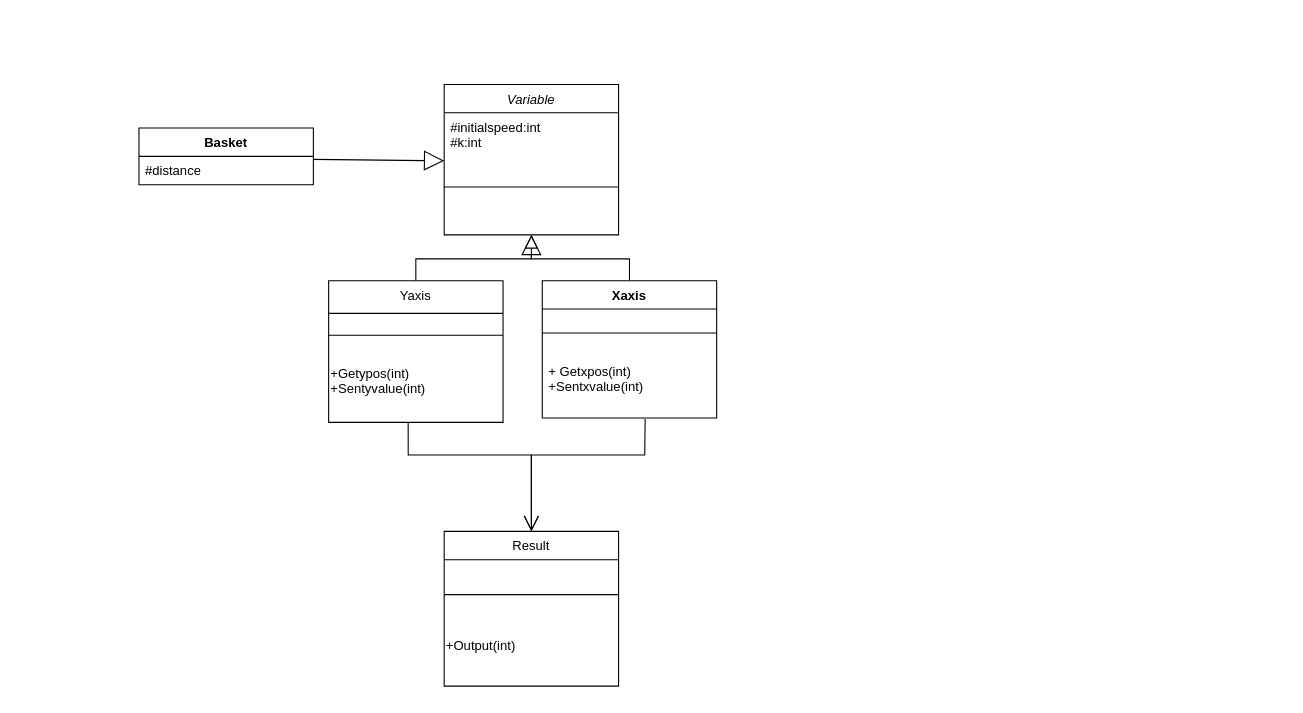
The draw.io diagram Back-end design.drawio in kimvongola/Studio_FRA163, before the edit. Source tidied: cells renumbered, new cells numbered last; positions are measured from the earlier drawing's top-left corner, leaving out a move shared by most shapes. Both pictures are drawn from the tidied source at 109%, with x=0, y=0 at pixel (138, 84).
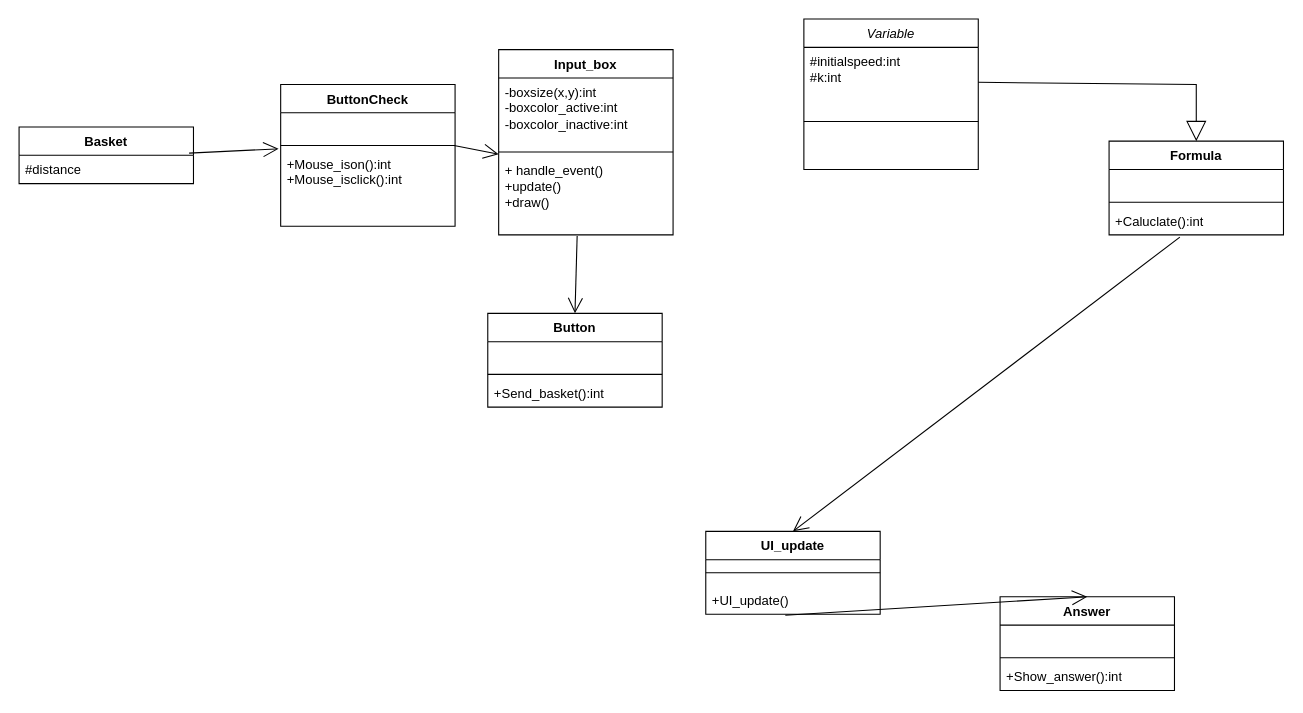
After the change.

The change refers to these unchanged cells:
```xml
<mxCell id="3" value="#initialspeed:int&#10;#k:int&#10;" style="text;align=left;verticalAlign=top;spacingLeft=4;spacingRight=4;overflow=hidden;points=[[0,0.5],[1,0.5]];portConstraint=eastwest;" parent="2" vertex="1">
  <mxGeometry y="26" width="160" height="64" as="geometry" />
</mxCell>
<mxCell id="15" value="#distance" style="text;strokeColor=none;fillColor=none;align=left;verticalAlign=top;spacingLeft=4;spacingRight=4;overflow=hidden;points=[[0,0.5],[1,0.5]];portConstraint=eastwest;whiteSpace=wrap;html=1;" parent="14" vertex="1">
  <mxGeometry y="26" width="160" height="26" as="geometry" />
</mxCell>
```

What changed in the source:
```diff
@@
     <mxCell id="2" value="Variable" style="swimlane;fontStyle=2;align=center;verticalAlign=top;horizontal=1;startSize=26;rounded=0;shadow=0;strokeWidth=1;" parent="1" vertex="1">
-      <mxGeometry x="280" width="160" height="138" as="geometry" />
+      <mxGeometry x="610" y="-60" width="160" height="138" as="geometry" />
     </mxCell>
@@
-    <mxCell id="4" style="endArrow=block;endSize=16;endFill=0;html=1;rounded=0;entryX=0;entryY=0.688;entryDx=0;entryDy=0;entryPerimeter=0;" parent="2" edge="1" target="3">
-      <mxGeometry x="-0.16" y="-11" relative="1" as="geometry">
-        <mxPoint x="-120" y="68.7" as="sourcePoint" />
-      </mxGeometry>
-    </mxCell>
@@
-    <mxCell id="7" value="Yaxis" style="swimlane;fontStyle=0;align=center;verticalAlign=top;horizontal=1;startSize=30;rounded=0;shadow=0;strokeWidth=1;" parent="1" vertex="1">
-      <mxGeometry x="174" y="180" width="160" height="130" as="geometry" />
-    </mxCell>
-    <mxCell id="8" style="line;html=1;strokeWidth=1;align=left;verticalAlign=middle;spacingTop=-1;spacingLeft=3;spacingRight=3;labelPosition=right;" parent="7" vertex="1">
-      <mxGeometry y="30" width="160" height="40" as="geometry" />
-    </mxCell>
-    <mxCell id="9" value="+Getypos(int)&lt;br&gt;+Sentyvalue(int)&lt;div style=&quot;border-color: var(--border-color); padding: 0px; margin: 0px;&quot;&gt;&lt;br style=&quot;border-color: var(--border-color); padding: 0px; margin: 0px;&quot;&gt;&lt;/div&gt;" style="text;html=1;align=left;verticalAlign=middle;points=[];strokeColor=none;fillColor=none;" parent="7" vertex="1">
-      <mxGeometry y="70" width="160" height="60" as="geometry" />
-    </mxCell>
-    <mxCell id="10" style="endArrow=block;endSize=10;endFill=0;shadow=0;strokeWidth=1;rounded=0;edgeStyle=elbowEdgeStyle;elbow=vertical;" parent="1" edge="1" source="7" target="2">
-      <mxGeometry relative="1" as="geometry">
-        <Array as="points">
-          <mxPoint x="360" y="160" />
-        </Array>
-      </mxGeometry>
-    </mxCell>
-    <mxCell id="11" value="Result" style="swimlane;fontStyle=0;align=center;verticalAlign=top;horizontal=1;startSize=26;rounded=0;shadow=0;strokeWidth=1;" parent="1" vertex="1">
-      <mxGeometry x="280" y="410" width="160" height="142" as="geometry" />
-    </mxCell>
-    <mxCell id="12" style="line;html=1;strokeWidth=1;align=left;verticalAlign=middle;spacingTop=-1;spacingLeft=3;spacingRight=3;labelPosition=right;" parent="11" vertex="1">
-      <mxGeometry y="26" width="160" height="64" as="geometry" />
-    </mxCell>
-    <mxCell id="13" value="+Output(int)" style="text;html=1;align=left;verticalAlign=middle;strokeColor=none;fillColor=none;" parent="11" vertex="1">
-      <mxGeometry y="90" width="160" height="30" as="geometry" />
-    </mxCell>
     <mxCell id="14" value="Basket" style="swimlane;fontStyle=1;align=center;verticalAlign=top;horizontal=1;startSize=26;whiteSpace=wrap;html=1;" parent="1" vertex="1">
-      <mxGeometry y="40" width="160" height="52" as="geometry" />
+      <mxGeometry x="-110" y="39" width="160" height="52" as="geometry" />
     </mxCell>
@@
-    <mxCell id="16" value="Xaxis" style="swimlane;fontStyle=1;align=center;verticalAlign=top;horizontal=1;startSize=26;whiteSpace=wrap;html=1;" parent="1" vertex="1">
-      <mxGeometry x="370" y="180" width="160" height="126" as="geometry" />
-    </mxCell>
-    <mxCell id="17" style="line;strokeWidth=1;fillColor=none;align=left;verticalAlign=middle;spacingTop=-1;spacingLeft=3;spacingRight=3;labelPosition=right;strokeColor=inherit;" parent="16" vertex="1">
-      <mxGeometry y="26" width="160" height="44" as="geometry" />
-    </mxCell>
-    <mxCell id="18" value="+ Getxpos(int)&lt;br&gt;+Sentxvalue(int)&lt;div style=&quot;border-color: var(--border-color); padding: 0px; margin: 0px;&quot;&gt;&lt;br style=&quot;border-color: var(--border-color); padding: 0px; margin: 0px;&quot;&gt;&lt;/div&gt;" style="text;strokeColor=none;fillColor=none;align=left;verticalAlign=top;spacingLeft=4;spacingRight=4;overflow=hidden;points=[[0,0.5],[1,0.5]];portConstraint=eastwest;whiteSpace=wrap;html=1;" parent="16" vertex="1">
-      <mxGeometry y="70" width="160" height="56" as="geometry" />
-    </mxCell>
-    <mxCell id="19" style="endArrow=block;endSize=16;endFill=0;html=1;rounded=0;entryX=0.5;entryY=1;entryDx=0;entryDy=0;exitX=0.5;exitY=0;exitDx=0;exitDy=0;" parent="1" edge="1" source="16" target="2">
-      <mxGeometry x="0.1" y="22" relative="1" as="geometry">
-        <Array as="points">
-          <mxPoint x="450" y="160" />
-          <mxPoint x="360" y="160" />
-        </Array>
-      </mxGeometry>
-    </mxCell>
-    <mxCell id="20" style="endArrow=open;endFill=1;endSize=12;html=1;rounded=0;entryX=0.5;entryY=0;entryDx=0;entryDy=0;exitX=0.456;exitY=1.008;exitDx=0;exitDy=0;exitPerimeter=0;" parent="1" edge="1" source="9" target="11">
-      <mxGeometry relative="1" as="geometry">
-        <Array as="points">
-          <mxPoint x="247" y="340" />
-          <mxPoint x="360" y="340" />
-        </Array>
-      </mxGeometry>
-    </mxCell>
-    <mxCell id="21" style="endArrow=open;endFill=1;endSize=12;html=1;rounded=0;entryX=0.5;entryY=0;entryDx=0;entryDy=0;exitX=0.59;exitY=1.015;exitDx=0;exitDy=0;exitPerimeter=0;" parent="1" edge="1" source="18" target="11">
-      <mxGeometry relative="1" as="geometry">
-        <Array as="points">
-          <mxPoint x="464" y="340" />
-          <mxPoint x="360" y="340" />
-        </Array>
-      </mxGeometry>
-    </mxCell>
+    <mxCell id="22" value="UI_update" style="swimlane;fontStyle=1;align=center;verticalAlign=top;horizontal=1;startSize=26;whiteSpace=wrap;html=1;" parent="1" vertex="1">
+      <mxGeometry x="520" y="410" width="160" height="76" as="geometry" />
+    </mxCell>
+    <mxCell id="23" style="line;strokeWidth=1;fillColor=none;align=left;verticalAlign=middle;spacingTop=-1;spacingLeft=3;spacingRight=3;labelPosition=right;strokeColor=inherit;" parent="22" vertex="1">
+      <mxGeometry y="26" width="160" height="24" as="geometry" />
+    </mxCell>
+    <mxCell id="24" value="+UI_update()" style="text;strokeColor=none;fillColor=none;align=left;verticalAlign=top;spacingLeft=4;spacingRight=4;overflow=hidden;points=[[0,0.5],[1,0.5]];portConstraint=eastwest;whiteSpace=wrap;html=1;" parent="22" vertex="1">
+      <mxGeometry y="50" width="160" height="26" as="geometry" />
+    </mxCell>
+    <mxCell id="25" value="Input_box" style="swimlane;fontStyle=1;align=center;verticalAlign=top;horizontal=1;startSize=26;whiteSpace=wrap;html=1;" parent="1" vertex="1">
+      <mxGeometry x="330" y="-32" width="160" height="170" as="geometry" />
+    </mxCell>
+    <mxCell id="26" value="-boxsize(x,y):int&lt;br&gt;-boxcolor_active:int&lt;br&gt;-boxcolor_inactive:int&lt;br style=&quot;border-color: var(--border-color);&quot;&gt;" style="text;strokeColor=none;fillColor=none;align=left;verticalAlign=top;spacingLeft=4;spacingRight=4;overflow=hidden;whiteSpace=wrap;html=1;" parent="25" vertex="1">
+      <mxGeometry y="26" width="160" height="64" as="geometry" />
+    </mxCell>
+    <mxCell id="27" style="line;strokeWidth=1;fillColor=none;align=left;verticalAlign=middle;spacingTop=-1;spacingLeft=3;spacingRight=3;labelPosition=right;strokeColor=inherit;" parent="25" vertex="1">
+      <mxGeometry y="90" width="160" height="8" as="geometry" />
+    </mxCell>
+    <mxCell id="28" value="+ handle_event()&lt;br&gt;+update()&lt;br&gt;+draw()&lt;br&gt;" style="text;strokeColor=none;fillColor=none;align=left;verticalAlign=top;spacingLeft=4;spacingRight=4;overflow=hidden;points=[[0,0.5],[1,0.5]];portConstraint=eastwest;whiteSpace=wrap;html=1;" parent="25" vertex="1">
+      <mxGeometry y="98" width="160" height="72" as="geometry" />
+    </mxCell>
+    <mxCell id="29" style="endArrow=open;endFill=1;endSize=12;html=1;rounded=0;exitX=0.45;exitY=1.014;exitDx=0;exitDy=0;exitPerimeter=0;entryX=0.5;entryY=0;entryDx=0;entryDy=0;" parent="1" edge="1" source="28" target="46">
+      <mxGeometry relative="1" as="geometry" />
+    </mxCell>
+    <mxCell id="30" style="endArrow=open;endFill=1;endSize=12;html=1;rounded=0;exitX=0.975;exitY=-0.077;exitDx=0;exitDy=0;exitPerimeter=0;entryX=-0.012;entryY=-0.014;entryDx=0;entryDy=0;entryPerimeter=0;" parent="1" edge="1" source="15" target="39">
+      <mxGeometry relative="1" as="geometry" />
+    </mxCell>
+    <mxCell id="31" value="Answer" style="swimlane;fontStyle=1;align=center;verticalAlign=top;horizontal=1;startSize=26;whiteSpace=wrap;html=1;" parent="1" vertex="1">
+      <mxGeometry x="790" y="470" width="160" height="86" as="geometry" />
+    </mxCell>
+    <mxCell id="32" value="&lt;br&gt;" style="text;strokeColor=none;fillColor=none;align=left;verticalAlign=top;spacingLeft=4;spacingRight=4;overflow=hidden;whiteSpace=wrap;html=1;" parent="31" vertex="1">
+      <mxGeometry y="26" width="160" height="26" as="geometry" />
+    </mxCell>
+    <mxCell id="33" style="line;strokeWidth=1;fillColor=none;align=left;verticalAlign=middle;spacingTop=-1;spacingLeft=3;spacingRight=3;labelPosition=right;strokeColor=inherit;" parent="31" vertex="1">
+      <mxGeometry y="52" width="160" height="8" as="geometry" />
+    </mxCell>
+    <mxCell id="34" value="+Show_answer():int" style="text;strokeColor=none;fillColor=none;align=left;verticalAlign=top;spacingLeft=4;spacingRight=4;overflow=hidden;whiteSpace=wrap;html=1;" parent="31" vertex="1">
+      <mxGeometry y="60" width="160" height="26" as="geometry" />
+    </mxCell>
+    <mxCell id="35" style="endArrow=open;endFill=1;endSize=12;html=1;rounded=0;exitX=0.456;exitY=1.038;exitDx=0;exitDy=0;exitPerimeter=0;entryX=0.5;entryY=0;entryDx=0;entryDy=0;" parent="1" edge="1" source="24" target="31">
+      <mxGeometry relative="1" as="geometry" />
+    </mxCell>
+    <mxCell id="36" value="ButtonCheck" style="swimlane;fontStyle=1;align=center;verticalAlign=top;horizontal=1;startSize=26;whiteSpace=wrap;html=1;" parent="1" vertex="1">
+      <mxGeometry x="130" width="160" height="130" as="geometry" />
+    </mxCell>
+    <mxCell id="37" value="&lt;br&gt;" style="text;strokeColor=none;fillColor=none;align=left;verticalAlign=top;spacingLeft=4;spacingRight=4;overflow=hidden;points=[[0,0.5],[1,0.5]];portConstraint=eastwest;whiteSpace=wrap;html=1;" parent="36" vertex="1">
+      <mxGeometry y="26" width="160" height="26" as="geometry" />
+    </mxCell>
+    <mxCell id="38" style="line;strokeWidth=1;fillColor=none;align=left;verticalAlign=middle;spacingTop=-1;spacingLeft=3;spacingRight=3;labelPosition=right;strokeColor=inherit;" parent="36" vertex="1">
+      <mxGeometry y="52" width="160" height="8" as="geometry" />
+    </mxCell>
+    <mxCell id="39" value="+Mouse_ison():int&lt;br&gt;+Mouse_isclick():int" style="text;strokeColor=none;fillColor=none;align=left;verticalAlign=top;spacingLeft=4;spacingRight=4;overflow=hidden;points=[[0,0.5],[1,0.5]];portConstraint=eastwest;whiteSpace=wrap;html=1;" parent="36" vertex="1">
+      <mxGeometry y="60" width="160" height="70" as="geometry" />
+    </mxCell>
+    <mxCell id="40" value="Formula" style="swimlane;fontStyle=1;align=center;verticalAlign=top;horizontal=1;startSize=26;whiteSpace=wrap;html=1;" parent="1" vertex="1">
+      <mxGeometry x="890" y="52" width="160" height="86" as="geometry" />
+    </mxCell>
+    <mxCell id="41" value="&lt;br&gt;" style="text;strokeColor=none;fillColor=none;align=left;verticalAlign=top;spacingLeft=4;spacingRight=4;overflow=hidden;whiteSpace=wrap;html=1;" parent="40" vertex="1">
+      <mxGeometry y="26" width="160" height="26" as="geometry" />
+    </mxCell>
+    <mxCell id="42" style="line;strokeWidth=1;fillColor=none;align=left;verticalAlign=middle;spacingTop=-1;spacingLeft=3;spacingRight=3;labelPosition=right;strokeColor=inherit;" parent="40" vertex="1">
+      <mxGeometry y="52" width="160" height="8" as="geometry" />
+    </mxCell>
+    <mxCell id="43" value="+Caluclate():int" style="text;strokeColor=none;fillColor=none;align=left;verticalAlign=top;spacingLeft=4;spacingRight=4;overflow=hidden;points=[[0,0.5],[1,0.5]];portConstraint=eastwest;whiteSpace=wrap;html=1;" parent="40" vertex="1">
+      <mxGeometry y="60" width="160" height="26" as="geometry" />
+    </mxCell>
+    <mxCell id="44" style="endArrow=block;endSize=16;endFill=0;html=1;rounded=0;exitX=1;exitY=0.5;exitDx=0;exitDy=0;entryX=0.5;entryY=0;entryDx=0;entryDy=0;" parent="1" edge="1" source="3" target="40">
+      <mxGeometry relative="1" as="geometry">
+        <Array as="points">
+          <mxPoint x="970" />
+        </Array>
+      </mxGeometry>
+    </mxCell>
+    <mxCell id="45" style="endArrow=open;endFill=1;endSize=12;html=1;rounded=0;exitX=0.406;exitY=1.077;exitDx=0;exitDy=0;exitPerimeter=0;entryX=0.5;entryY=0;entryDx=0;entryDy=0;" parent="1" edge="1" source="43" target="22">
+      <mxGeometry relative="1" as="geometry" />
+    </mxCell>
+    <mxCell id="46" value="Button" style="swimlane;fontStyle=1;align=center;verticalAlign=top;horizontal=1;startSize=26;whiteSpace=wrap;html=1;" parent="1" vertex="1">
+      <mxGeometry x="320" y="210" width="160" height="86" as="geometry" />
+    </mxCell>
+    <mxCell id="47" value="&lt;br&gt;" style="text;strokeColor=none;fillColor=none;align=left;verticalAlign=top;spacingLeft=4;spacingRight=4;overflow=hidden;whiteSpace=wrap;html=1;" parent="46" vertex="1">
+      <mxGeometry y="26" width="160" height="26" as="geometry" />
+    </mxCell>
+    <mxCell id="48" style="line;strokeWidth=1;fillColor=none;align=left;verticalAlign=middle;spacingTop=-1;spacingLeft=3;spacingRight=3;labelPosition=right;strokeColor=inherit;" parent="46" vertex="1">
+      <mxGeometry y="52" width="160" height="8" as="geometry" />
+    </mxCell>
+    <mxCell id="49" value="+Send_basket():int" style="text;strokeColor=none;fillColor=none;align=left;verticalAlign=top;spacingLeft=4;spacingRight=4;overflow=hidden;whiteSpace=wrap;html=1;" parent="46" vertex="1">
+      <mxGeometry y="60" width="160" height="26" as="geometry" />
+    </mxCell>
+    <mxCell id="50" style="endArrow=open;endFill=1;endSize=12;html=1;rounded=0;exitX=0.994;exitY=1.154;exitDx=0;exitDy=0;exitPerimeter=0;entryX=0;entryY=-0.028;entryDx=0;entryDy=0;entryPerimeter=0;" parent="1" edge="1" source="37" target="28">
+      <mxGeometry relative="1" as="geometry" />
+    </mxCell>
```
